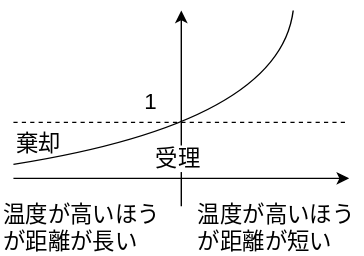
Before: replica.svg, a diagram exported from draw.io (tom01h/replica_salesman). Source tidied: cells renumbered, new cells last; positions are measured from the earlier drawing's top-left corner, leaving out a move shared by most shapes. The source it was exported from:
```xml
<mxGraphModel>
  <root>
    <mxCell id="0" />
    <mxCell id="1" parent="0" />
    <mxCell id="2" style="endArrow=classic;html=1;fontSize=16;fontColor=#000000;" parent="1" edge="1">
      <mxGeometry relative="1" as="geometry">
        <mxPoint x="9" y="120" as="sourcePoint" />
        <mxPoint x="249" y="120" as="targetPoint" />
      </mxGeometry>
    </mxCell>
    <mxCell id="3" style="endArrow=classic;html=1;fontSize=16;fontColor=#000000;" parent="1" edge="1">
      <mxGeometry relative="1" as="geometry">
        <mxPoint x="129" y="140" as="sourcePoint" />
        <mxPoint x="129" as="targetPoint" />
      </mxGeometry>
    </mxCell>
    <mxCell id="4" style="curved=1;endArrow=none;html=1;strokeColor=#000000;fontSize=16;fontColor=#000000;endFill=0;" parent="1" edge="1">
      <mxGeometry relative="1" as="geometry">
        <mxPoint x="9" y="110" as="sourcePoint" />
        <mxPoint x="209" as="targetPoint" />
        <Array as="points">
          <mxPoint x="199" y="80" />
        </Array>
      </mxGeometry>
    </mxCell>
    <mxCell id="5" style="endArrow=none;html=1;strokeColor=#000000;fontSize=16;fontColor=#000000;dashed=1;" parent="1" edge="1">
      <mxGeometry relative="1" as="geometry">
        <mxPoint x="9" y="80" as="sourcePoint" />
        <mxPoint x="249" y="80" as="targetPoint" />
      </mxGeometry>
    </mxCell>
    <mxCell id="6" value="1" style="text;whiteSpace=wrap;html=1;fontSize=16;fontColor=#000000;" parent="1" vertex="1">
      <mxGeometry x="101" y="49" width="19" height="30" as="geometry" />
    </mxCell>
    <mxCell id="7" value="受理" style="text;whiteSpace=wrap;html=1;fontSize=16;fontColor=#000000;labelBackgroundColor=#ffffff;" parent="1" vertex="1">
      <mxGeometry x="109" y="90" width="40" height="30" as="geometry" />
    </mxCell>
    <mxCell id="8" value="棄却" style="text;whiteSpace=wrap;html=1;fontSize=16;fontColor=#000000;" parent="1" vertex="1">
      <mxGeometry x="9" y="79" width="40" height="30" as="geometry" />
    </mxCell>
    <mxCell id="9" value="温度が高いほうが距離が短い" style="text;whiteSpace=wrap;html=1;fontSize=16;fontColor=#000000;labelBackgroundColor=#ffffff;" parent="1" vertex="1">
      <mxGeometry x="139" y="130" width="120" height="30" as="geometry" />
    </mxCell>
    <mxCell id="10" value="温度が高いほうが距離が長い" style="text;whiteSpace=wrap;html=1;fontSize=16;fontColor=#000000;labelBackgroundColor=#ffffff;" parent="1" vertex="1">
      <mxGeometry y="130" width="120" height="30" as="geometry" />
    </mxCell>
  </root>
</mxGraphModel>
```
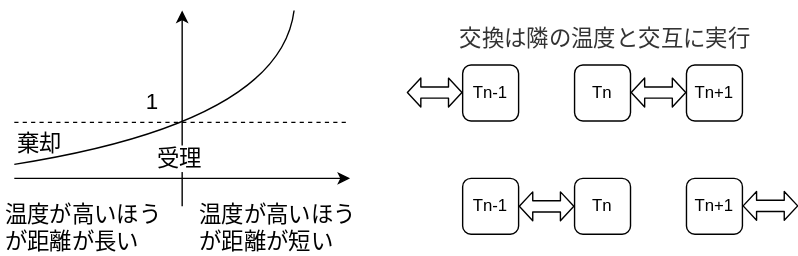
The same file after the commit.

Change to the diagram source:
```diff
@@ -44,5 +44,47 @@
     <mxCell id="10" value="温度が高いほうが距離が長い" style="text;whiteSpace=wrap;html=1;fontSize=16;fontColor=#000000;labelBackgroundColor=#ffffff;" parent="1" vertex="1">
       <mxGeometry y="130" width="120" height="30" as="geometry" />
     </mxCell>
+    <mxCell id="11" value="Tn" style="rounded=1;whiteSpace=wrap;html=1;" parent="1" vertex="1">
+      <mxGeometry x="409.5" y="39" width="40" height="40" as="geometry" />
+    </mxCell>
+    <mxCell id="12" value="Tn+1" style="rounded=1;whiteSpace=wrap;html=1;" parent="1" vertex="1">
+      <mxGeometry x="489.5" y="39" width="40" height="40" as="geometry" />
+    </mxCell>
+    <mxCell id="13" value="Tn-1" style="rounded=1;whiteSpace=wrap;html=1;" parent="1" vertex="1">
+      <mxGeometry x="329.5" y="39" width="40" height="40" as="geometry" />
+    </mxCell>
+    <mxCell id="14" value="Tn" style="rounded=1;whiteSpace=wrap;html=1;" parent="1" vertex="1">
+      <mxGeometry x="409.5" y="120" width="40" height="40" as="geometry" />
+    </mxCell>
+    <mxCell id="15" value="Tn+1" style="rounded=1;whiteSpace=wrap;html=1;" parent="1" vertex="1">
+      <mxGeometry x="489.5" y="120" width="40" height="40" as="geometry" />
+    </mxCell>
+    <mxCell id="16" value="Tn-1" style="rounded=1;whiteSpace=wrap;html=1;" parent="1" vertex="1">
+      <mxGeometry x="329.5" y="120" width="40" height="40" as="geometry" />
+    </mxCell>
+    <mxCell id="17" style="shape=flexArrow;endArrow=classic;startArrow=classic;html=1;entryX=0;entryY=0.5;entryDx=0;entryDy=0;exitX=1;exitY=0.5;exitDx=0;exitDy=0;width=8;endSize=2.869902912621359;startWidth=11.650485436893202;startSize=2.869902912621359;endWidth=11.650485436893202;" parent="1" edge="1" source="16" target="14">
+      <mxGeometry relative="1" as="geometry" />
+    </mxCell>
+    <mxCell id="18" style="shape=flexArrow;endArrow=classic;startArrow=classic;html=1;entryX=0;entryY=0.5;entryDx=0;entryDy=0;exitX=1;exitY=0.5;exitDx=0;exitDy=0;width=8;endSize=2.869902912621359;startWidth=11.650485436893202;startSize=2.869902912621359;endWidth=11.650485436893202;" parent="1" edge="1">
+      <mxGeometry relative="1" as="geometry">
+        <mxPoint x="529.5" y="139.7" as="sourcePoint" />
+        <mxPoint x="569.5" y="139.7" as="targetPoint" />
+      </mxGeometry>
+    </mxCell>
+    <mxCell id="19" style="shape=flexArrow;endArrow=classic;startArrow=classic;html=1;entryX=0;entryY=0.5;entryDx=0;entryDy=0;exitX=1;exitY=0.5;exitDx=0;exitDy=0;width=8;endSize=2.869902912621359;startWidth=11.650485436893202;startSize=2.869902912621359;endWidth=11.650485436893202;" parent="1" edge="1">
+      <mxGeometry relative="1" as="geometry">
+        <mxPoint x="449.5" y="58.7" as="sourcePoint" />
+        <mxPoint x="489.5" y="58.7" as="targetPoint" />
+      </mxGeometry>
+    </mxCell>
+    <mxCell id="20" style="shape=flexArrow;endArrow=classic;startArrow=classic;html=1;entryX=0;entryY=0.5;entryDx=0;entryDy=0;exitX=1;exitY=0.5;exitDx=0;exitDy=0;width=8;endSize=2.869902912621359;startWidth=11.650485436893202;startSize=2.869902912621359;endWidth=11.650485436893202;" parent="1" edge="1">
+      <mxGeometry relative="1" as="geometry">
+        <mxPoint x="289.5" y="58.7" as="sourcePoint" />
+        <mxPoint x="329.5" y="58.7" as="targetPoint" />
+      </mxGeometry>
+    </mxCell>
+    <mxCell id="21" value="&lt;span style=&quot;color: rgb(51 , 51 , 51) ; font-family: &amp;#34;open sans&amp;#34; , &amp;#34;clear sans&amp;#34; , &amp;#34;helvetica neue&amp;#34; , &amp;#34;helvetica&amp;#34; , &amp;#34;arial&amp;#34; , sans-serif ; font-size: 16px ; background-color: rgb(255 , 255 , 255)&quot;&gt;交換は隣の温度と交互に実行&lt;/span&gt;" style="text;html=1;strokeColor=none;fillColor=none;align=center;verticalAlign=middle;whiteSpace=wrap;rounded=0;" parent="1" vertex="1">
+      <mxGeometry x="321.5" y="10" width="220" height="20" as="geometry" />
+    </mxCell>
   </root>
 </mxGraphModel>
```
